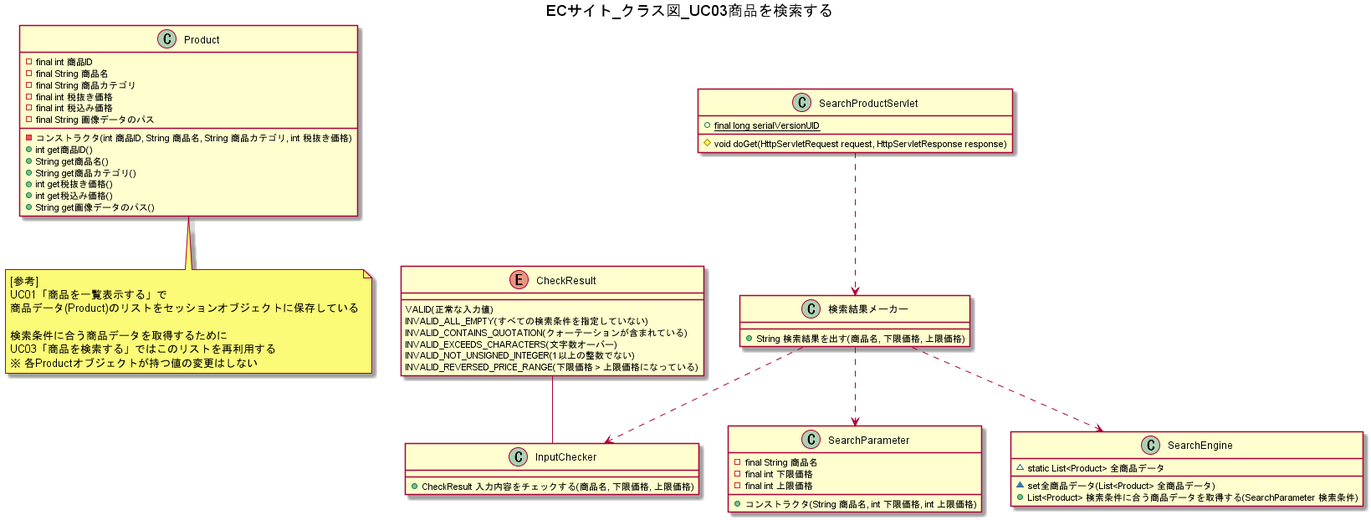
Earlier version of the PlantUML export UML/ECサイト_クラス図_UC03商品を検索する.png (wnakayama/ojt_ecsite).
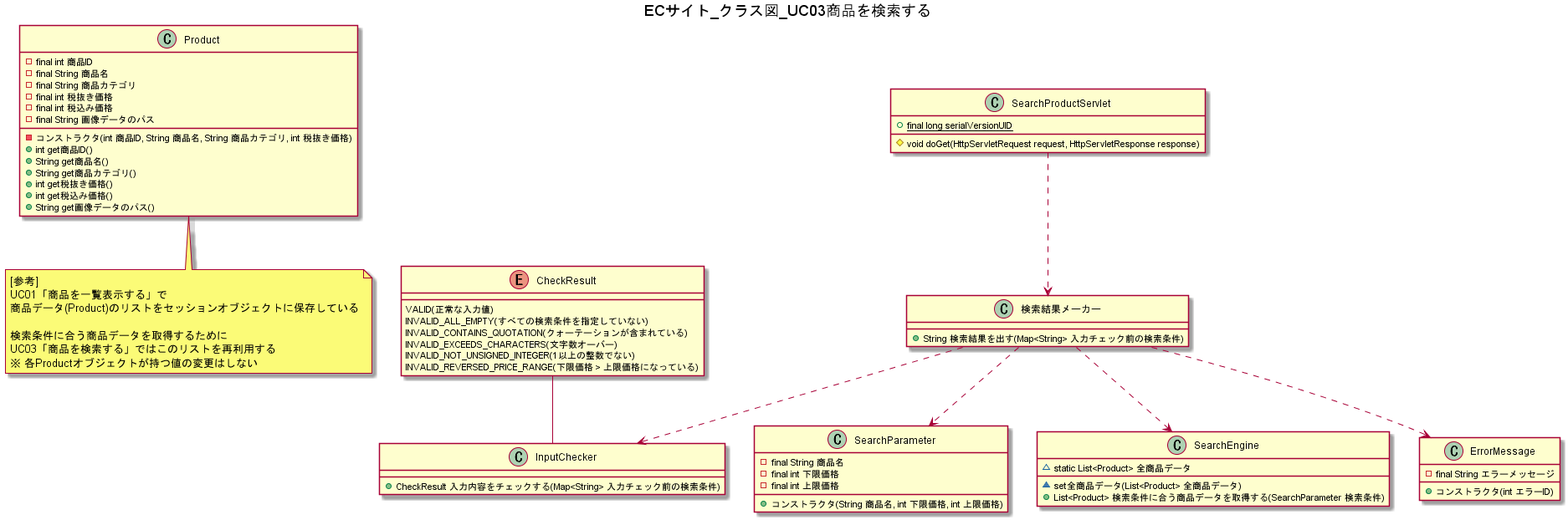
Above is the later version.

Diff of the diagram source:
```diff
@@ -34,7 +34,7 @@
 
 SearchProductServlet ..> 検索結果メーカー
 class 検索結果メーカー {
-    +String 検索結果を出す(商品名, 下限価格, 上限価格)
+    +String 検索結果を出す(Map<String> 入力チェック前の検索条件)
 }
 
 CheckResult -- InputChecker
@@ -49,7 +49,7 @@
 
 検索結果メーカー ..> InputChecker
 class InputChecker {
-    +CheckResult 入力内容をチェックする(商品名, 下限価格, 上限価格)
+    +CheckResult 入力内容をチェックする(Map<String> 入力チェック前の検索条件)
 }
 
 検索結果メーカー ..> SearchParameter
@@ -67,4 +67,10 @@
     +List<Product> 検索条件に合う商品データを取得する(SearchParameter 検索条件)
 }
 
+検索結果メーカー ..> ErrorMessage
+class ErrorMessage {
+    -final String エラーメッセージ
+    +コンストラクタ(int エラーID)
+}
+
 @enduml
```
